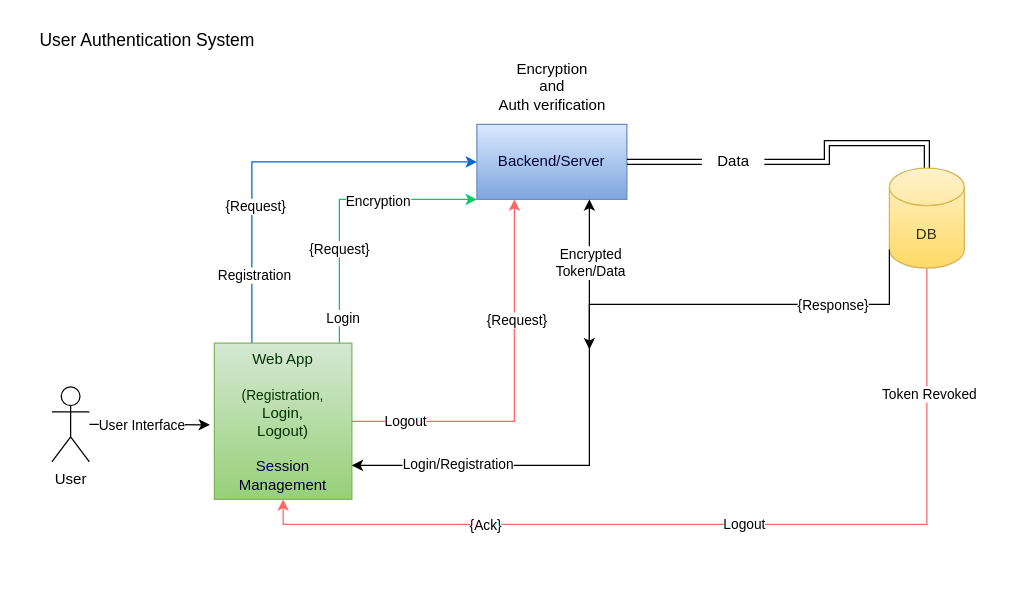
Before: hld.drawio in codr-mayank/drawio-project, a draw.io diagram. Source tidied: cells renumbered, new cells numbered last; positions are measured from the earlier drawing's top-left corner, leaving out a move shared by most shapes. Both pictures are drawn from the tidied source at 125%, with x=0, y=0 at pixel (21, 21).
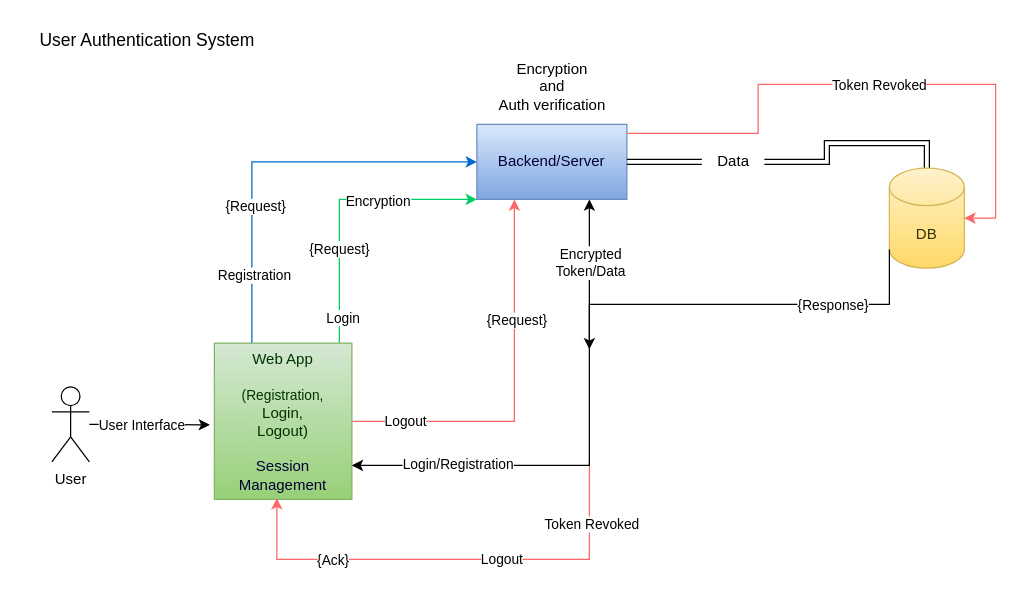
The same diagram, later.

Unchanged cells that the change refers to:
```xml
<mxCell id="11" value="&lt;div&gt;&lt;font color=&quot;#003300&quot;&gt;Web App&lt;/font&gt;&lt;/div&gt;&lt;br&gt;&lt;div&gt;&lt;font style=&quot;font-size: 11px;&quot; color=&quot;#003300&quot;&gt;(Registration,&lt;/font&gt;&lt;/div&gt;&lt;div&gt;&lt;font color=&quot;#003300&quot;&gt;Login,&lt;br&gt;Logout)&lt;br&gt;&lt;/font&gt;&lt;/div&gt;&lt;br&gt;&lt;font color=&quot;#000033&quot;&gt;Session Management&lt;/font&gt;" style="rounded=0;whiteSpace=wrap;html=1;strokeColor=#82b366;fillColor=#d5e8d4;gradientColor=#97d077;" parent="1" vertex="1">
  <mxGeometry x="154" y="257" width="110" height="125" as="geometry" />
</mxCell>
<mxCell id="13" value="&lt;div&gt;&lt;font color=&quot;#000033&quot;&gt;Backend/Server&lt;/font&gt;&lt;/div&gt;" style="rounded=0;whiteSpace=wrap;html=1;strokeColor=#6c8ebf;fillColor=#dae8fc;gradientColor=#7ea6e0;" parent="1" vertex="1">
  <mxGeometry x="364" y="82" width="120" height="60" as="geometry" />
</mxCell>
<mxCell id="18" value="&lt;div&gt;&lt;font color=&quot;#333300&quot;&gt;DB&lt;/font&gt;&lt;/div&gt;" style="shape=cylinder3;whiteSpace=wrap;html=1;boundedLbl=1;backgroundOutline=1;size=15;strokeColor=#d6b656;fillColor=#fff2cc;gradientColor=#ffd966;" parent="1" vertex="1">
  <mxGeometry x="694" y="117" width="60" height="80" as="geometry" />
</mxCell>
```

What changed in the source:
```diff
@@
-    <mxCell id="14" style="edgeStyle=orthogonalEdgeStyle;rounded=0;jettySize=auto;html=1;entryX=0.5;entryY=1;entryDx=0;entryDy=0;strokeColor=#FF6666;" parent="1" edge="1" source="18" target="11">
+    <mxCell id="14" style="edgeStyle=orthogonalEdgeStyle;rounded=0;orthogonalLoop=1;jettySize=auto;html=1;entryX=0.5;entryY=1;entryDx=0;entryDy=0;strokeColor=#FF6666;" parent="1" edge="1">
       <mxGeometry relative="1" as="geometry">
+        <mxPoint x="454" y="350" as="sourcePoint" />
+        <mxPoint x="204" y="381" as="targetPoint" />
         <Array as="points">
-          <mxPoint x="724" y="402" />
-          <mxPoint x="209" y="402" />
+          <mxPoint x="454" y="430" />
+          <mxPoint x="204" y="430" />
         </Array>
       </mxGeometry>
     </mxCell>
@@
+    <mxCell id="31" style="edgeStyle=orthogonalEdgeStyle;rounded=0;jettySize=auto;html=1;exitX=1.002;exitY=0.12;exitDx=0;exitDy=0;exitPerimeter=0;strokeColor=#FF6666;" parent="1" edge="1" source="13" target="18">
+      <mxGeometry relative="1" as="geometry">
+        <Array as="points">
+          <mxPoint x="589" y="89" />
+          <mxPoint x="589" y="50" />
+          <mxPoint x="779" y="50" />
+          <mxPoint x="779" y="157" />
+        </Array>
+      </mxGeometry>
+    </mxCell>
+    <mxCell id="32" value="Token Revoked" style="edgeLabel;html=1;align=center;verticalAlign=middle;" parent="31" vertex="1">
+      <mxGeometry x="0.03" y="2" relative="1" as="geometry">
+        <mxPoint y="2" as="offset" />
+      </mxGeometry>
+    </mxCell>
```
